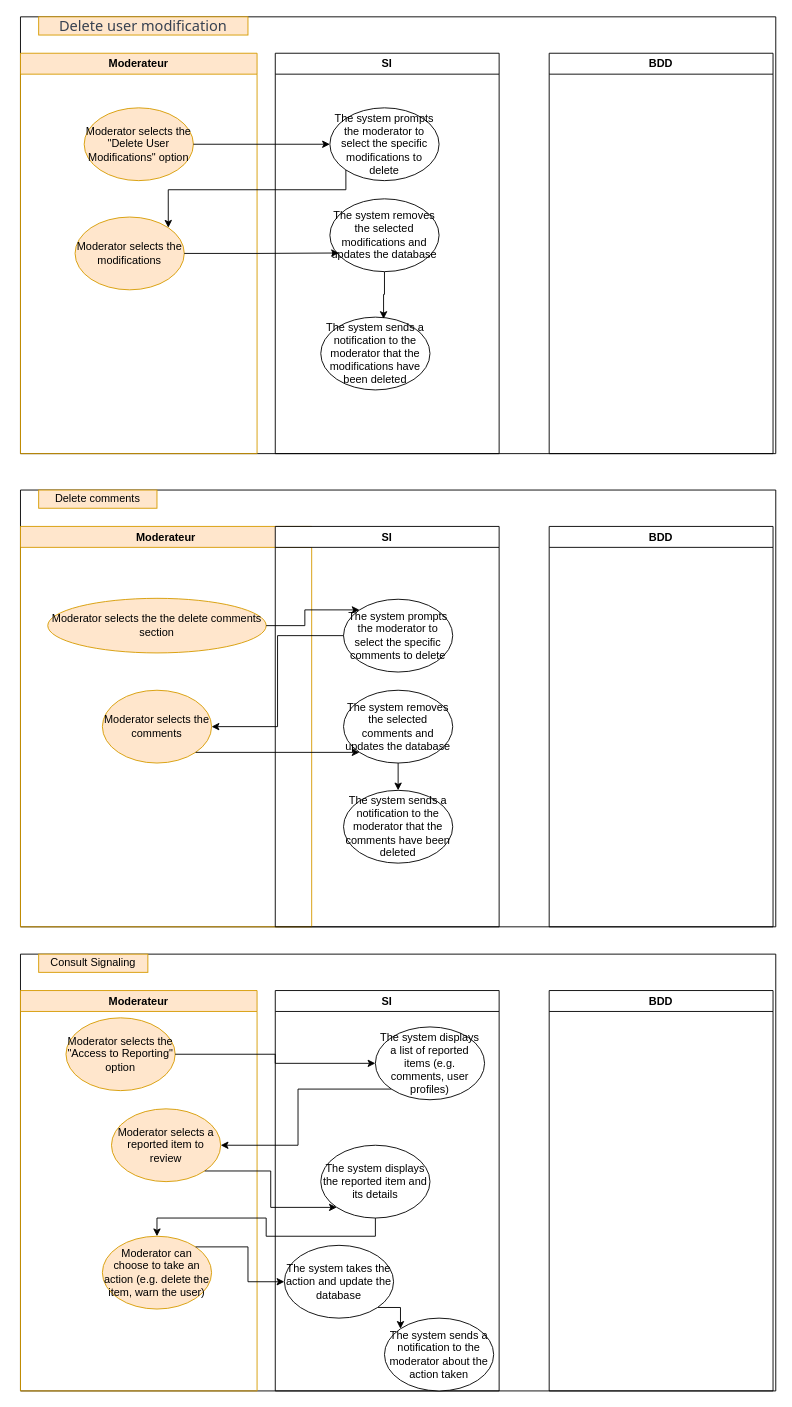
caminomenorca/Projet-bibliotheque-poec keeps this draw.io diagram as page "Diagramme_sequenceModerateur" (4 of 6) of DrawWeBook.drawio. Above is the earlier version. Source tidied: cells renumbered, new cells numbered last; positions are measured from the earlier drawing's top-left corner, leaving out a move shared by most shapes. Both pictures are drawn from the tidied source at 91%, with x=0, y=0 at pixel (20, 16).
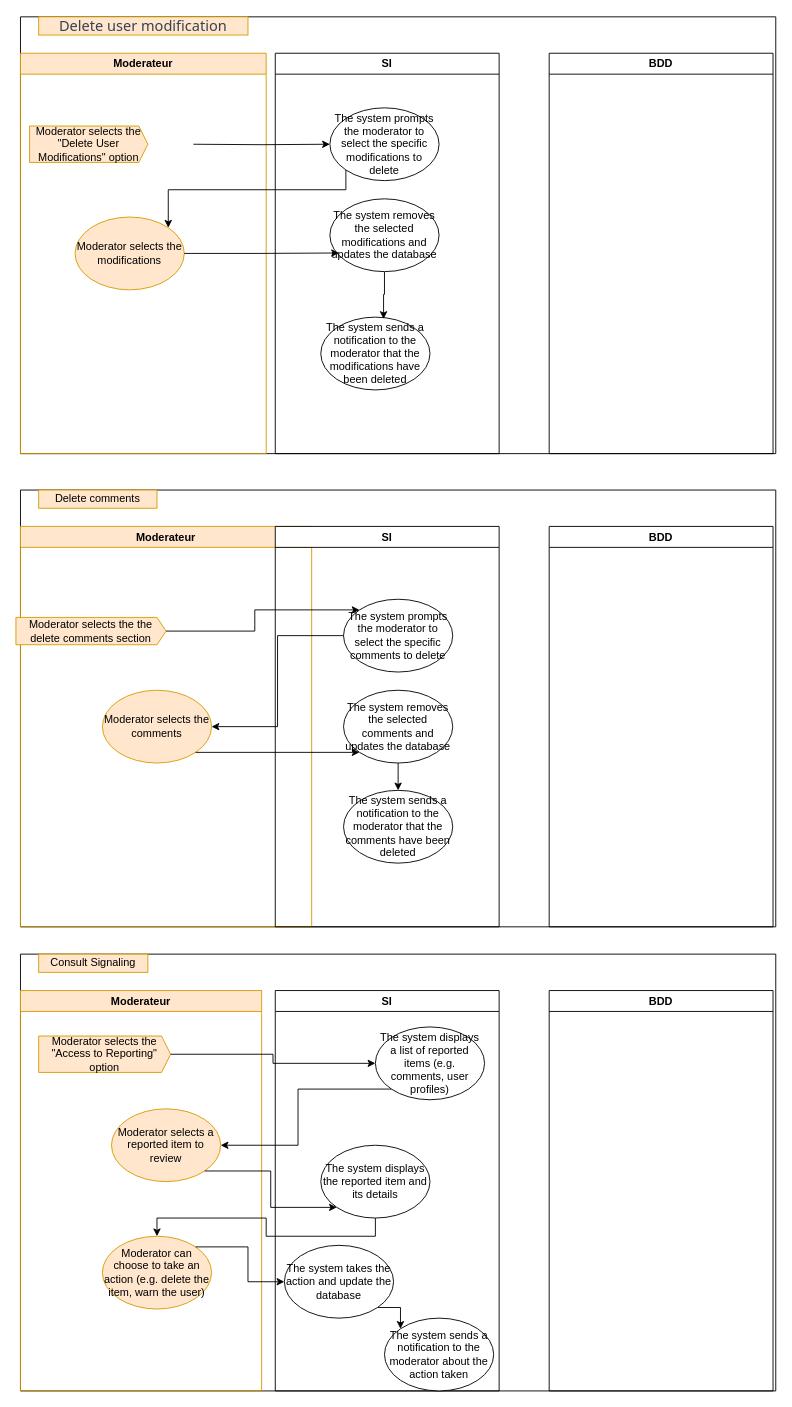
The same page after the edit.

Unchanged cells that the change refers to:
```xml
<mxCell id="2" style="swimlane;startSize=0;" parent="1" vertex="1">
  <mxGeometry width="830" height="480" as="geometry" />
</mxCell>
<mxCell id="8" value="The system prompts the moderator to select the specific modifications to delete" style="ellipse;whiteSpace=wrap;html=1;" parent="7" vertex="1">
  <mxGeometry x="60" y="60" width="120" height="80" as="geometry" />
</mxCell>
<mxCell id="16" style="swimlane;startSize=0;" parent="1" vertex="1">
  <mxGeometry y="520" width="830" height="480" as="geometry" />
</mxCell>
<mxCell id="18" value="Moderateur" style="swimlane;whiteSpace=wrap;html=1;fillColor=#ffe6cc;strokeColor=#d79b00;" parent="16" vertex="1">
  <mxGeometry y="40" width="320" height="440" as="geometry" />
</mxCell>
<mxCell id="22" value="The system prompts the moderator to select the specific comments to delete" style="ellipse;whiteSpace=wrap;html=1;" parent="21" vertex="1">
  <mxGeometry x="75" y="80" width="120" height="80" as="geometry" />
</mxCell>
<mxCell id="30" style="swimlane;startSize=0;" parent="1" vertex="1">
  <mxGeometry y="1030" width="830" height="480" as="geometry" />
</mxCell>
<mxCell id="37" value="The system displays a list of reported items (e.g. comments, user profiles)" style="ellipse;whiteSpace=wrap;html=1;" parent="36" vertex="1">
  <mxGeometry x="110" y="40" width="120" height="80" as="geometry" />
</mxCell>
```

Change to the diagram source:
```diff
@@
     <mxCell id="4" value="Moderateur" style="swimlane;whiteSpace=wrap;html=1;fillColor=#ffe6cc;strokeColor=#d79b00;" parent="2" vertex="1">
-      <mxGeometry y="40" width="260" height="440" as="geometry" />
+      <mxGeometry y="40" width="270" height="440" as="geometry" />
     </mxCell>
+    <mxCell id="6" value="Moderator selects the modifications" style="ellipse;whiteSpace=wrap;html=1;fillColor=#ffe6cc;strokeColor=#d79b00;" parent="4" vertex="1">
+      <mxGeometry x="60" y="180" width="120" height="80" as="geometry" />
+    </mxCell>
-    <mxCell id="5" value="Moderator selects the &quot;Delete User Modifications&quot; option" style="ellipse;whiteSpace=wrap;html=1;fillColor=#ffe6cc;strokeColor=#d79b00;" parent="4" vertex="1">
-      <mxGeometry x="70" y="60" width="120" height="80" as="geometry" />
+    <mxCell id="5" value="Moderator selects the &quot;Delete User Modifications&quot; option" style="html=1;shadow=0;dashed=0;align=center;verticalAlign=middle;shape=mxgraph.arrows2.arrow;dy=0;dx=10;notch=0;labelBackgroundColor=none;fontSize=12;whiteSpace=wrap;fillColor=#ffe6cc;strokeColor=#d79b00;" parent="4" vertex="1">
+      <mxGeometry x="10" y="80" width="130" height="40" as="geometry" />
     </mxCell>
-    <mxCell id="6" value="Moderator selects the modifications" style="ellipse;whiteSpace=wrap;html=1;fillColor=#ffe6cc;strokeColor=#d79b00;" parent="4" vertex="1">
-      <mxGeometry x="60" y="180" width="120" height="80" as="geometry" />
-    </mxCell>
@@
-    <mxCell id="13" style="edgeStyle=orthogonalEdgeStyle;rounded=0;jettySize=auto;html=1;entryX=0;entryY=0.5;entryDx=0;entryDy=0;" parent="2" edge="1" source="5" target="8">
-      <mxGeometry relative="1" as="geometry" />
+    <mxCell id="13" style="edgeStyle=orthogonalEdgeStyle;rounded=0;jettySize=auto;html=1;entryX=0;entryY=0.5;entryDx=0;entryDy=0;" parent="2" edge="1" target="8">
+      <mxGeometry relative="1" as="geometry">
+        <mxPoint x="190" y="140" as="sourcePoint" />
+      </mxGeometry>
     </mxCell>
@@
+    <mxCell id="20" value="Moderator selects the comments" style="ellipse;whiteSpace=wrap;html=1;fillColor=#ffe6cc;strokeColor=#d79b00;" parent="18" vertex="1">
+      <mxGeometry x="90" y="180" width="120" height="80" as="geometry" />
+    </mxCell>
-    <mxCell id="19" value="Moderator selects the the delete comments section" style="ellipse;whiteSpace=wrap;html=1;fillColor=#ffe6cc;strokeColor=#d79b00;" parent="18" vertex="1">
-      <mxGeometry x="30" y="79" width="240" height="60" as="geometry" />
+    <mxCell id="19" value="Moderator selects the the delete comments section" style="html=1;shadow=0;dashed=0;align=center;verticalAlign=middle;shape=mxgraph.arrows2.arrow;dy=0;dx=10;notch=0;labelBackgroundColor=none;fontSize=12;whiteSpace=wrap;fillColor=#ffe6cc;strokeColor=#d79b00;" parent="18" vertex="1">
+      <mxGeometry x="-5" y="100" width="165" height="30" as="geometry" />
     </mxCell>
-    <mxCell id="20" value="Moderator selects the comments" style="ellipse;whiteSpace=wrap;html=1;fillColor=#ffe6cc;strokeColor=#d79b00;" parent="18" vertex="1">
-      <mxGeometry x="90" y="180" width="120" height="80" as="geometry" />
-    </mxCell>
@@
-    <mxCell id="27" style="edgeStyle=orthogonalEdgeStyle;rounded=0;jettySize=auto;html=1;exitX=1;exitY=0.5;exitDx=0;exitDy=0;entryX=0;entryY=0;entryDx=0;entryDy=0;" parent="16" edge="1" source="19" target="22">
+    <mxCell id="27" style="edgeStyle=orthogonalEdgeStyle;rounded=0;jettySize=auto;html=1;exitX=1;exitY=0.5;exitDx=0;exitDy=0;entryX=0;entryY=0;entryDx=0;entryDy=0;exitPerimeter=0;" parent="16" edge="1" source="19" target="22">
       <mxGeometry relative="1" as="geometry" />
     </mxCell>
@@
     <mxCell id="32" value="Moderateur" style="swimlane;whiteSpace=wrap;html=1;fillColor=#ffe6cc;strokeColor=#d79b00;" parent="30" vertex="1">
-      <mxGeometry y="40" width="260" height="440" as="geometry" />
+      <mxGeometry y="40" width="265" height="440" as="geometry" />
     </mxCell>
-    <mxCell id="33" value="Moderator selects the &quot;Access to Reporting&quot; option" style="ellipse;whiteSpace=wrap;html=1;fillColor=#ffe6cc;strokeColor=#d79b00;" parent="32" vertex="1">
-      <mxGeometry x="50" y="30" width="120" height="80" as="geometry" />
-    </mxCell>
@@
+    <mxCell id="33" value="Moderator selects the &quot;Access to Reporting&quot; option" style="html=1;shadow=0;dashed=0;align=center;verticalAlign=middle;shape=mxgraph.arrows2.arrow;dy=0;dx=10;notch=0;labelBackgroundColor=none;fontSize=12;whiteSpace=wrap;fillColor=#ffe6cc;strokeColor=#d79b00;" parent="32" vertex="1">
+      <mxGeometry x="20" y="50" width="145" height="40" as="geometry" />
+    </mxCell>
@@
-    <mxCell id="43" style="edgeStyle=orthogonalEdgeStyle;rounded=0;jettySize=auto;html=1;exitX=1;exitY=0.5;exitDx=0;exitDy=0;entryX=0;entryY=0.5;entryDx=0;entryDy=0;" parent="30" edge="1" source="33" target="37">
+    <mxCell id="43" style="edgeStyle=orthogonalEdgeStyle;rounded=0;jettySize=auto;html=1;exitX=1;exitY=0.5;exitDx=0;exitDy=0;entryX=0;entryY=0.5;entryDx=0;entryDy=0;exitPerimeter=0;" parent="30" edge="1" source="33" target="37">
       <mxGeometry relative="1" as="geometry" />
     </mxCell>
```
